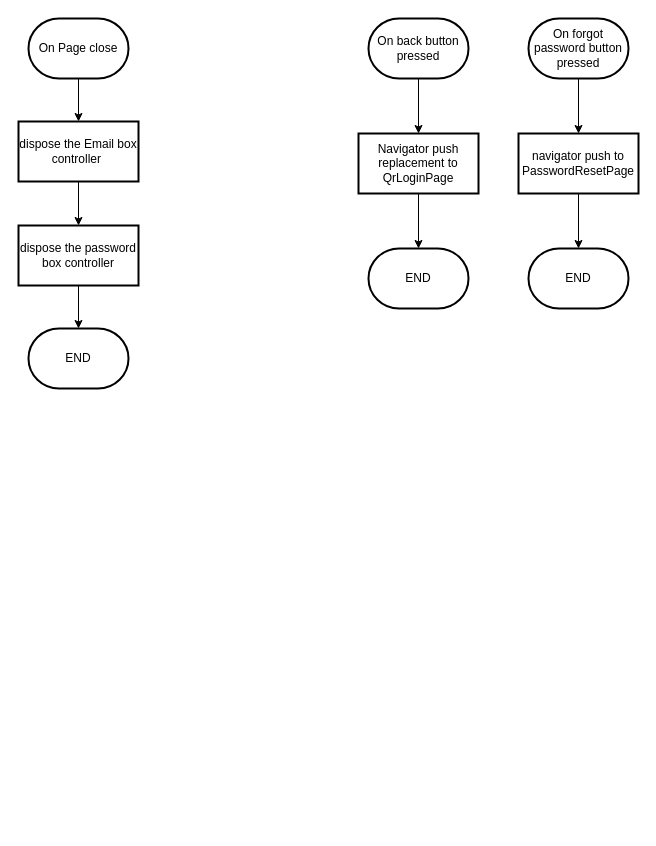
19MAsciamprener/compSci-NEA-repo keeps this draw.io diagram as psswd-login-buttons-flowchart.drawio. Above is the earlier version. Source tidied: cells renumbered, new cells numbered last; positions are measured from the earlier drawing's top-left corner, leaving out a move shared by most shapes. Both pictures are drawn from the tidied source at 100%, with x=0, y=0 at pixel (18, 18).
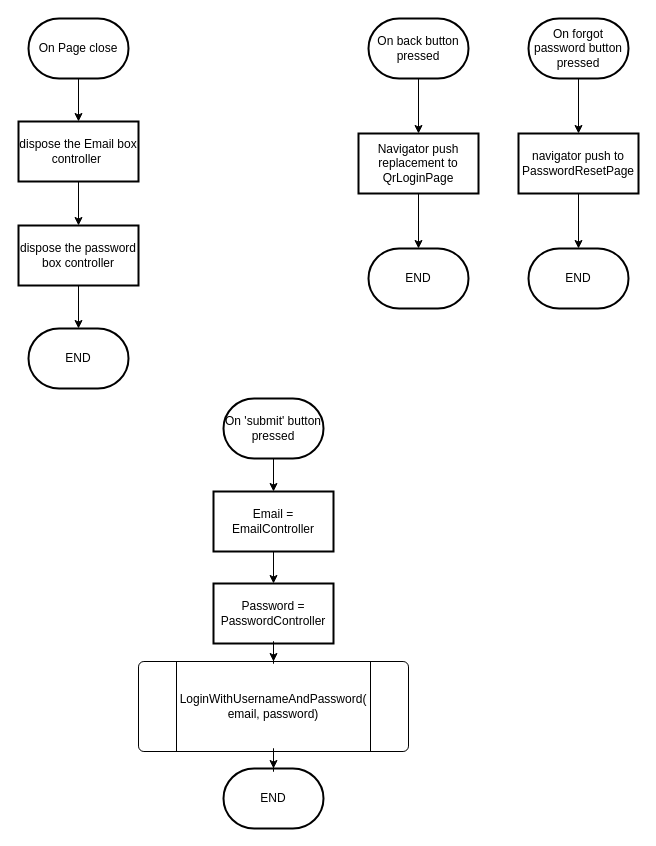
The same page after the edit.

What changed in the source:
```diff
@@
+    <mxCell id="19" style="edgeStyle=orthogonalEdgeStyle;rounded=0;jettySize=auto;html=1;" parent="1" edge="1" source="20" target="22">
+      <mxGeometry relative="1" as="geometry" />
+    </mxCell>
+    <mxCell id="20" value="On 'submit' button pressed" style="strokeWidth=2;html=1;shape=mxgraph.flowchart.terminator;whiteSpace=wrap;" parent="1" vertex="1">
+      <mxGeometry x="205" y="380" width="100" height="60" as="geometry" />
+    </mxCell>
+    <mxCell id="21" style="edgeStyle=orthogonalEdgeStyle;rounded=0;jettySize=auto;html=1;" parent="1" edge="1" source="22" target="23">
+      <mxGeometry relative="1" as="geometry" />
+    </mxCell>
+    <mxCell id="22" value="Email = EmailController" style="whiteSpace=wrap;html=1;strokeWidth=2;" parent="1" vertex="1">
+      <mxGeometry x="195" y="473" width="120" height="60" as="geometry" />
+    </mxCell>
+    <mxCell id="23" value="Password = PasswordController" style="whiteSpace=wrap;html=1;strokeWidth=2;" parent="1" vertex="1">
+      <mxGeometry x="195" y="565" width="120" height="60" as="geometry" />
+    </mxCell>
+    <mxCell id="24" value="LoginWithUsernameAndPassword(&lt;br&gt;email, password)" style="verticalLabelPosition=middle;verticalAlign=middle;html=1;shape=process;whiteSpace=wrap;rounded=1;size=0.14;arcSize=6;labelPosition=center;align=center;" parent="1" vertex="1">
+      <mxGeometry x="120" y="643" width="270" height="90" as="geometry" />
+    </mxCell>
+    <mxCell id="25" style="edgeStyle=orthogonalEdgeStyle;rounded=0;jettySize=auto;html=1;" parent="1" edge="1" source="23" target="24">
+      <mxGeometry relative="1" as="geometry" />
+    </mxCell>
+    <mxCell id="26" value="END" style="strokeWidth=2;html=1;shape=mxgraph.flowchart.terminator;whiteSpace=wrap;" parent="1" vertex="1">
+      <mxGeometry x="205" y="750" width="100" height="60" as="geometry" />
+    </mxCell>
+    <mxCell id="27" style="edgeStyle=orthogonalEdgeStyle;rounded=0;jettySize=auto;html=1;" parent="1" edge="1" source="24" target="26">
+      <mxGeometry relative="1" as="geometry" />
+    </mxCell>
```
